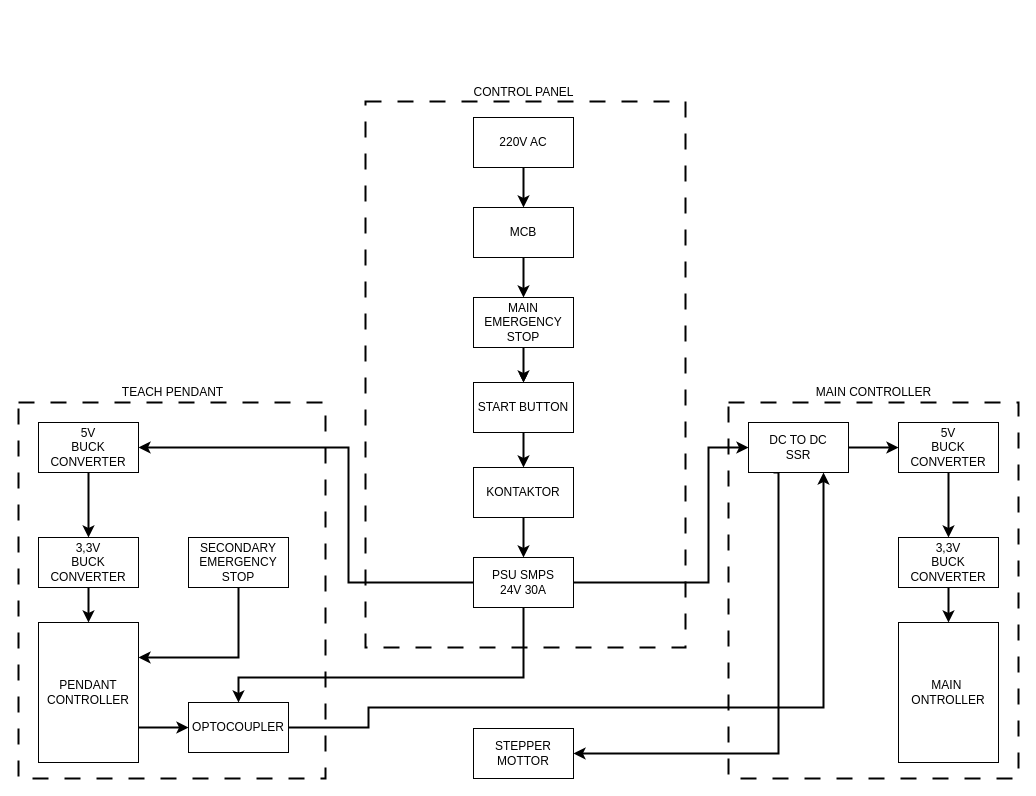
Earlier version of the draw.io diagram page "Tanpa Penanda" (2 of 2) of Breakdown/Arm Manipulator Electricall Supply Circuit.drawio (AlfonsusGiovanni/Welding-Arm-Manipulator). Source tidied: cells renumbered, new cells numbered last; positions are measured from the earlier drawing's top-left corner, leaving out a move shared by most shapes. Both pictures are drawn from the tidied source at 100%, with x=0, y=0 at pixel (18, 77).
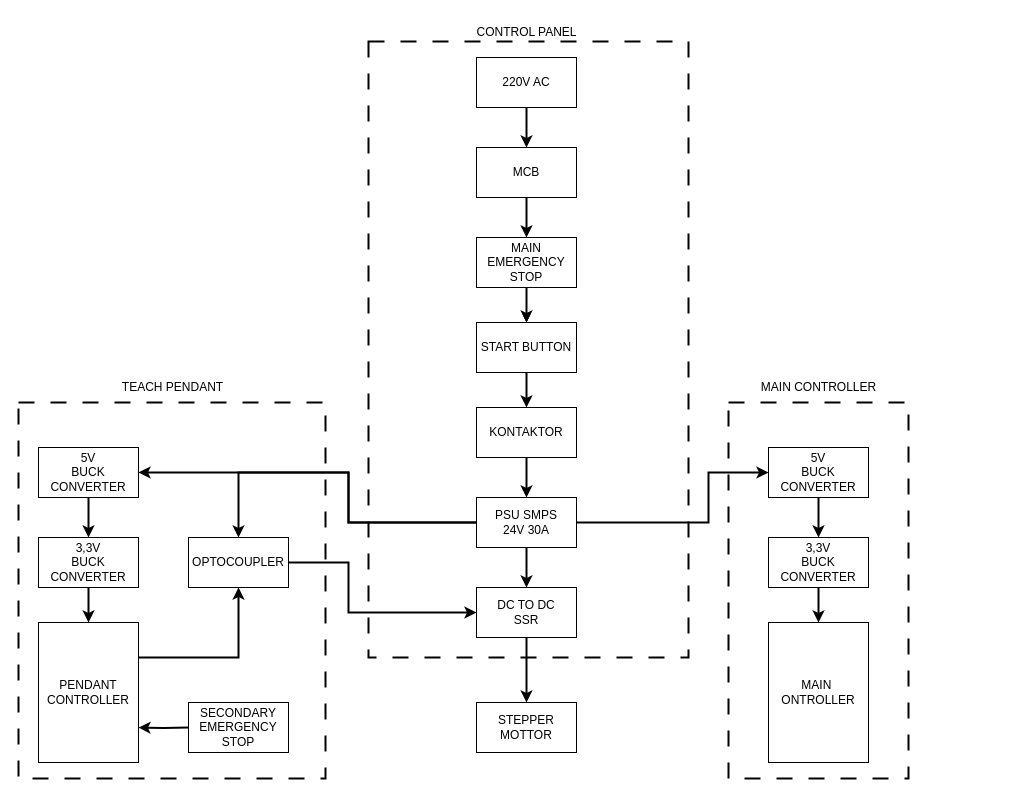
Above is the later version.

Unchanged cells that the change refers to:
```xml
<mxCell id="7" value="PENDANT CONTROLLER" style="rounded=0;whiteSpace=wrap;html=1;fontSize=12;" parent="1" vertex="1">
  <mxGeometry x="20" y="545" width="100" height="140" as="geometry" />
</mxCell>
```

Diff of the diagram source:
```diff
@@
     <mxCell id="3" style="rounded=0;whiteSpace=wrap;html=1;fillColor=none;dashed=1;dashPattern=8 8;fontSize=12;strokeWidth=2;" parent="1" vertex="1">
-      <mxGeometry x="347" y="24" width="320" height="546" as="geometry" />
+      <mxGeometry x="350" y="-36" width="320" height="616" as="geometry" />
     </mxCell>
     <mxCell id="4" style="rounded=0;whiteSpace=wrap;html=1;fillColor=none;dashed=1;dashPattern=8 8;fontSize=12;strokeWidth=2;" parent="1" vertex="1">
-      <mxGeometry x="710" y="325" width="290" height="376" as="geometry" />
+      <mxGeometry x="710" y="325" width="180" height="376" as="geometry" />
     </mxCell>
-    <mxCell id="5" style="edgeStyle=orthogonalEdgeStyle;rounded=0;jettySize=auto;html=1;exitX=1;exitY=0.5;exitDx=0;exitDy=0;entryX=0.75;entryY=1;entryDx=0;entryDy=0;strokeWidth=2;fontSize=12;" parent="1" edge="1" source="41" target="29">
-      <mxGeometry relative="1" as="geometry">
-        <Array as="points">
-          <mxPoint x="350" y="650" />
-          <mxPoint x="350" y="630" />
-          <mxPoint x="805" y="630" />
-        </Array>
-      </mxGeometry>
-    </mxCell>
-    <mxCell id="6" style="edgeStyle=orthogonalEdgeStyle;rounded=0;jettySize=auto;html=1;exitX=1;exitY=0.75;exitDx=0;exitDy=0;entryX=0;entryY=0.5;entryDx=0;entryDy=0;strokeWidth=2;fontSize=12;" parent="1" edge="1" source="7" target="41">
-      <mxGeometry relative="1" as="geometry" />
-    </mxCell>
@@
     <mxCell id="8" style="edgeStyle=orthogonalEdgeStyle;rounded=0;jettySize=auto;html=1;entryX=1;entryY=0.5;entryDx=0;entryDy=0;exitX=0;exitY=0.5;exitDx=0;exitDy=0;strokeWidth=2;fontSize=12;" parent="1" edge="1" source="11" target="14">
       <mxGeometry relative="1" as="geometry">
         <Array as="points">
-          <mxPoint x="330" y="505" />
-          <mxPoint x="330" y="370" />
+          <mxPoint x="330" y="445" />
+          <mxPoint x="330" y="395" />
         </Array>
       </mxGeometry>
     </mxCell>
-    <mxCell id="9" style="edgeStyle=orthogonalEdgeStyle;rounded=0;jettySize=auto;html=1;exitX=1;exitY=0.5;exitDx=0;exitDy=0;entryX=0;entryY=0.5;entryDx=0;entryDy=0;strokeWidth=2;fontSize=12;" parent="1" edge="1" source="11" target="29">
+    <mxCell id="9" style="edgeStyle=orthogonalEdgeStyle;rounded=0;jettySize=auto;html=1;exitX=1;exitY=0.5;exitDx=0;exitDy=0;entryX=0;entryY=0.5;entryDx=0;entryDy=0;strokeWidth=2;fontSize=12;" parent="1" edge="1" source="11" target="20">
       <mxGeometry x="-0.21" relative="1" as="geometry">
         <Array as="points">
-          <mxPoint x="690" y="505" />
-          <mxPoint x="690" y="370" />
+          <mxPoint x="690" y="445" />
+          <mxPoint x="690" y="395" />
         </Array>
         <mxPoint y="1" as="offset" />
       </mxGeometry>
     </mxCell>
-    <mxCell id="10" style="edgeStyle=orthogonalEdgeStyle;rounded=0;jettySize=auto;html=1;exitX=0.5;exitY=1;exitDx=0;exitDy=0;entryX=0.5;entryY=0;entryDx=0;entryDy=0;strokeWidth=2;fontSize=12;" parent="1" edge="1" source="11" target="41">
-      <mxGeometry relative="1" as="geometry">
-        <Array as="points">
-          <mxPoint x="505" y="600" />
-          <mxPoint x="220" y="600" />
-        </Array>
-      </mxGeometry>
-    </mxCell>
+    <mxCell id="42" style="edgeStyle=orthogonalEdgeStyle;rounded=0;jettySize=auto;html=1;strokeWidth=2;" parent="1" edge="1" source="11" target="29">
+      <mxGeometry relative="1" as="geometry" />
+    </mxCell>
+    <mxCell id="43" style="edgeStyle=orthogonalEdgeStyle;rounded=0;jettySize=auto;html=1;exitX=0;exitY=0.5;exitDx=0;exitDy=0;entryX=0.5;entryY=0;entryDx=0;entryDy=0;strokeWidth=2;" parent="1" edge="1" source="11" target="31">
+      <mxGeometry relative="1" as="geometry">
+        <Array as="points">
+          <mxPoint x="330" y="445" />
+          <mxPoint x="330" y="395" />
+          <mxPoint x="220" y="395" />
+        </Array>
+      </mxGeometry>
+    </mxCell>
     <mxCell id="11" value="&lt;div&gt;PSU SMPS&lt;/div&gt;&lt;span style=&quot;background-color: initial;&quot;&gt;24V 30A&lt;/span&gt;" style="rounded=0;whiteSpace=wrap;html=1;fontSize=12;" parent="1" vertex="1">
-      <mxGeometry x="455" y="480" width="100" height="50" as="geometry" />
+      <mxGeometry x="458" y="420" width="100" height="50" as="geometry" />
     </mxCell>
     <mxCell id="12" value="MAIN&amp;nbsp;&lt;div style=&quot;font-size: 12px;&quot;&gt;ONTROLLER&lt;/div&gt;" style="rounded=0;whiteSpace=wrap;html=1;fontSize=12;" parent="1" vertex="1">
-      <mxGeometry x="880" y="545" width="100" height="140" as="geometry" />
+      <mxGeometry x="750" y="545" width="100" height="140" as="geometry" />
     </mxCell>
@@
     <mxCell id="14" value="5V&lt;div style=&quot;font-size: 12px;&quot;&gt;BUCK CONVERTER&lt;/div&gt;" style="rounded=0;whiteSpace=wrap;html=1;fontSize=12;" parent="1" vertex="1">
-      <mxGeometry x="20" y="345" width="100" height="50" as="geometry" />
+      <mxGeometry x="20" y="370" width="100" height="50" as="geometry" />
     </mxCell>
@@
     <mxCell id="18" value="&lt;div style=&quot;font-size: 12px;&quot;&gt;MAIN&lt;/div&gt;EMERGENCY&lt;div style=&quot;font-size: 12px;&quot;&gt;STOP&lt;/div&gt;" style="rounded=0;whiteSpace=wrap;html=1;fontSize=12;" parent="1" vertex="1">
-      <mxGeometry x="455" y="220" width="100" height="50" as="geometry" />
+      <mxGeometry x="458" y="160" width="100" height="50" as="geometry" />
     </mxCell>
@@
     <mxCell id="20" value="5V&lt;div style=&quot;font-size: 12px;&quot;&gt;BUCK CONVERTER&lt;/div&gt;" style="rounded=0;whiteSpace=wrap;html=1;fontSize=12;" parent="1" vertex="1">
-      <mxGeometry x="880" y="345" width="100" height="50" as="geometry" />
+      <mxGeometry x="750" y="370" width="100" height="50" as="geometry" />
     </mxCell>
@@
     <mxCell id="22" value="MCB" style="rounded=0;whiteSpace=wrap;html=1;fontSize=12;" parent="1" vertex="1">
-      <mxGeometry x="455" y="130" width="100" height="50" as="geometry" />
+      <mxGeometry x="458" y="70" width="100" height="50" as="geometry" />
     </mxCell>
-    <mxCell id="23" style="edgeStyle=orthogonalEdgeStyle;rounded=0;jettySize=auto;html=1;exitX=0.5;exitY=1;exitDx=0;exitDy=0;entryX=0.5;entryY=0;entryDx=0;entryDy=0;strokeWidth=2;fontSize=12;" parent="1" edge="1" source="24" target="11">
+    <mxCell id="23" style="edgeStyle=orthogonalEdgeStyle;rounded=0;jettySize=auto;html=1;exitX=0.5;exitY=1;exitDx=0;exitDy=0;entryX=0.5;entryY=0;entryDx=0;entryDy=0;strokeWidth=2;" parent="1" edge="1" source="24" target="11">
       <mxGeometry relative="1" as="geometry" />
     </mxCell>
     <mxCell id="24" value="KONTAKTOR" style="rounded=0;whiteSpace=wrap;html=1;fontSize=12;" parent="1" vertex="1">
-      <mxGeometry x="455" y="390" width="100" height="50" as="geometry" />
+      <mxGeometry x="458" y="330" width="100" height="50" as="geometry" />
     </mxCell>
@@
     <mxCell id="26" value="3,3V&lt;div style=&quot;font-size: 12px;&quot;&gt;BUCK CONVERTER&lt;/div&gt;" style="rounded=0;whiteSpace=wrap;html=1;fontSize=12;" parent="1" vertex="1">
-      <mxGeometry x="880" y="460" width="100" height="50" as="geometry" />
+      <mxGeometry x="750" y="460" width="100" height="50" as="geometry" />
     </mxCell>
-    <mxCell id="27" style="edgeStyle=orthogonalEdgeStyle;rounded=0;jettySize=auto;html=1;strokeWidth=2;fontSize=12;" parent="1" edge="1" source="29" target="20">
-      <mxGeometry relative="1" as="geometry" />
-    </mxCell>
-    <mxCell id="28" style="edgeStyle=orthogonalEdgeStyle;rounded=0;jettySize=auto;html=1;entryX=1;entryY=0.5;entryDx=0;entryDy=0;strokeWidth=2;fontSize=12;exitX=0.25;exitY=1;exitDx=0;exitDy=0;" parent="1" edge="1" source="29" target="36">
-      <mxGeometry relative="1" as="geometry">
-        <Array as="points">
-          <mxPoint x="760" y="395" />
-          <mxPoint x="760" y="676" />
-        </Array>
-      </mxGeometry>
-    </mxCell>
-    <mxCell id="29" value="DC TO DC&lt;div style=&quot;font-size: 12px;&quot;&gt;SSR&lt;/div&gt;" style="rounded=0;whiteSpace=wrap;html=1;fontSize=12;" parent="1" vertex="1">
-      <mxGeometry x="730" y="345" width="100" height="50" as="geometry" />
-    </mxCell>
-    <mxCell id="30" style="edgeStyle=orthogonalEdgeStyle;rounded=0;jettySize=auto;html=1;exitX=0.5;exitY=1;exitDx=0;exitDy=0;entryX=1;entryY=0.25;entryDx=0;entryDy=0;strokeWidth=2;fontSize=12;" parent="1" edge="1" source="31" target="7">
+    <mxCell id="30" style="edgeStyle=orthogonalEdgeStyle;rounded=0;jettySize=auto;html=1;exitX=0.5;exitY=1;exitDx=0;exitDy=0;entryX=1;entryY=0.25;entryDx=0;entryDy=0;strokeWidth=2;fontSize=12;endArrow=none;endFill=0;startArrow=classic;startFill=1;" parent="1" edge="1" source="31" target="7">
       <mxGeometry relative="1" as="geometry" />
     </mxCell>
+    <mxCell id="44" style="edgeStyle=orthogonalEdgeStyle;rounded=0;jettySize=auto;html=1;exitX=1;exitY=0.5;exitDx=0;exitDy=0;entryX=0;entryY=0.5;entryDx=0;entryDy=0;strokeWidth=2;" parent="1" edge="1" source="31" target="29">
+      <mxGeometry relative="1" as="geometry">
+        <Array as="points">
+          <mxPoint x="330" y="485" />
+          <mxPoint x="330" y="535" />
+        </Array>
+      </mxGeometry>
+    </mxCell>
-    <mxCell id="31" value="&lt;div style=&quot;font-size: 12px;&quot;&gt;&lt;span style=&quot;background-color: initial; font-size: 12px;&quot;&gt;SECONDARY&lt;/span&gt;&lt;/div&gt;&lt;div style=&quot;font-size: 12px;&quot;&gt;&lt;span style=&quot;background-color: initial; font-size: 12px;&quot;&gt;EMERGENCY&lt;/span&gt;&lt;br style=&quot;font-size: 12px;&quot;&gt;&lt;/div&gt;&lt;div style=&quot;font-size: 12px;&quot;&gt;STOP&lt;/div&gt;" style="rounded=0;whiteSpace=wrap;html=1;fontSize=12;" parent="1" vertex="1">
+    <mxCell id="31" value="&lt;div style=&quot;font-size: 12px;&quot;&gt;OPTOCOUPLER&lt;/div&gt;" style="rounded=0;whiteSpace=wrap;html=1;fontSize=12;" parent="1" vertex="1">
       <mxGeometry x="170" y="460" width="100" height="50" as="geometry" />
     </mxCell>
@@
     <mxCell id="33" value="220V AC" style="rounded=0;whiteSpace=wrap;html=1;fontSize=12;" parent="1" vertex="1">
-      <mxGeometry x="455" y="40" width="100" height="50" as="geometry" />
+      <mxGeometry x="458" y="-20" width="100" height="50" as="geometry" />
     </mxCell>
     <mxCell id="34" value="TEACH PENDANT" style="text;html=1;align=center;verticalAlign=middle;strokeColor=none;fillColor=none;fontSize=12;" parent="1" vertex="1">
-      <mxGeometry x="93.5" y="300" width="120" height="30" as="geometry" />
+      <mxGeometry x="93.5" y="295" width="120" height="30" as="geometry" />
     </mxCell>
     <mxCell id="35" value="MAIN CONTROLLER" style="text;html=1;align=center;verticalAlign=middle;strokeColor=none;fillColor=none;fontSize=12;" parent="1" vertex="1">
-      <mxGeometry x="785" y="300" width="140" height="30" as="geometry" />
+      <mxGeometry x="730" y="295" width="140" height="30" as="geometry" />
     </mxCell>
     <mxCell id="36" value="STEPPER&lt;div style=&quot;font-size: 12px;&quot;&gt;MOTTOR&lt;/div&gt;" style="rounded=0;whiteSpace=wrap;html=1;fontSize=12;" parent="1" vertex="1">
-      <mxGeometry x="455" y="651" width="100" height="50" as="geometry" />
+      <mxGeometry x="458" y="625" width="100" height="50" as="geometry" />
     </mxCell>
     <mxCell id="37" value="CONTROL PANEL" style="text;html=1;align=center;verticalAlign=middle;strokeColor=none;fillColor=none;" parent="1" vertex="1">
-      <mxGeometry x="445" width="120" height="30" as="geometry" />
+      <mxGeometry x="448" y="-60" width="120" height="30" as="geometry" />
     </mxCell>
     <mxCell id="38" style="edgeStyle=orthogonalEdgeStyle;rounded=0;jettySize=auto;html=1;exitX=0.5;exitY=1;exitDx=0;exitDy=0;entryX=0.5;entryY=0;entryDx=0;entryDy=0;strokeWidth=2;fontSize=12;" parent="1" edge="1" target="40">
       <mxGeometry relative="1" as="geometry">
-        <mxPoint x="505" y="270" as="sourcePoint" />
+        <mxPoint x="508" y="210" as="sourcePoint" />
       </mxGeometry>
     </mxCell>
@@
     <mxCell id="40" value="&lt;div style=&quot;font-size: 12px;&quot;&gt;START BUTTON&lt;/div&gt;" style="rounded=0;whiteSpace=wrap;html=1;fontSize=12;" parent="1" vertex="1">
-      <mxGeometry x="455" y="305" width="100" height="50" as="geometry" />
+      <mxGeometry x="458" y="245" width="100" height="50" as="geometry" />
     </mxCell>
-    <mxCell id="41" value="&lt;div style=&quot;font-size: 12px;&quot;&gt;OPTOCOUPLER&lt;/div&gt;" style="rounded=0;whiteSpace=wrap;html=1;fontSize=12;" parent="1" vertex="1">
-      <mxGeometry x="170" y="625" width="100" height="50" as="geometry" />
-    </mxCell>
+    <mxCell id="28" style="edgeStyle=orthogonalEdgeStyle;rounded=0;jettySize=auto;html=1;exitX=0.5;exitY=1;exitDx=0;exitDy=0;entryX=0.5;entryY=0;entryDx=0;entryDy=0;strokeWidth=2;" parent="1" edge="1" source="29" target="36">
+      <mxGeometry relative="1" as="geometry" />
+    </mxCell>
+    <mxCell id="29" value="DC TO DC&lt;div style=&quot;font-size: 12px;&quot;&gt;SSR&lt;/div&gt;" style="rounded=0;whiteSpace=wrap;html=1;fontSize=12;" parent="1" vertex="1">
+      <mxGeometry x="458" y="510" width="100" height="50" as="geometry" />
+    </mxCell>
+    <mxCell id="45" style="edgeStyle=orthogonalEdgeStyle;rounded=0;jettySize=auto;html=1;exitX=1;exitY=0.75;exitDx=0;exitDy=0;entryX=0;entryY=0.5;entryDx=0;entryDy=0;strokeWidth=2;fontSize=12;endArrow=none;endFill=0;startArrow=classic;startFill=1;" parent="1" edge="1" target="46">
+      <mxGeometry relative="1" as="geometry">
+        <mxPoint x="120" y="650" as="sourcePoint" />
+      </mxGeometry>
+    </mxCell>
+    <mxCell id="46" value="&lt;div style=&quot;font-size: 12px;&quot;&gt;&lt;div&gt;&lt;span style=&quot;background-color: initial;&quot;&gt;SECONDARY&lt;/span&gt;&lt;/div&gt;&lt;div&gt;&lt;span style=&quot;background-color: initial;&quot;&gt;EMERGENCY&lt;/span&gt;&lt;br&gt;&lt;/div&gt;&lt;div&gt;STOP&lt;/div&gt;&lt;/div&gt;" style="rounded=0;whiteSpace=wrap;html=1;fontSize=12;" parent="1" vertex="1">
+      <mxGeometry x="170" y="625" width="100" height="50" as="geometry" />
+    </mxCell>
```
